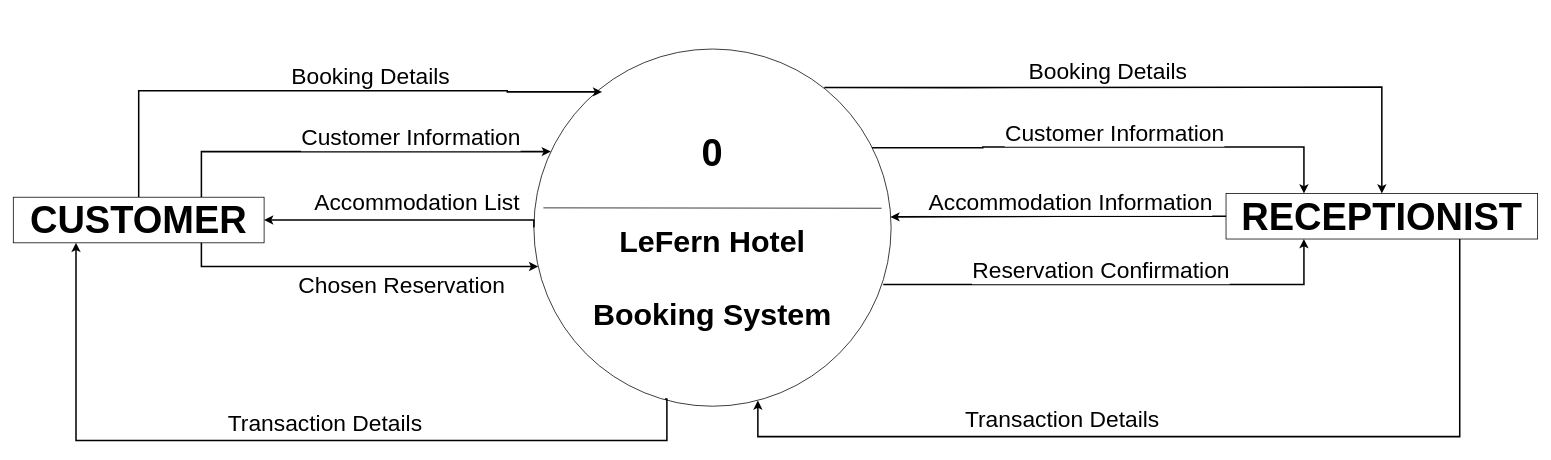
Earlier version of the draw.io diagram CC13/ContextDiagram.drawio (doyaoencab/draw.io). Source tidied: cells renumbered, new cells numbered last; positions are measured from the earlier drawing's top-left corner, leaving out a move shared by most shapes. Both pictures are drawn from the tidied source at 76%, with x=0, y=0 at pixel (13, 13).
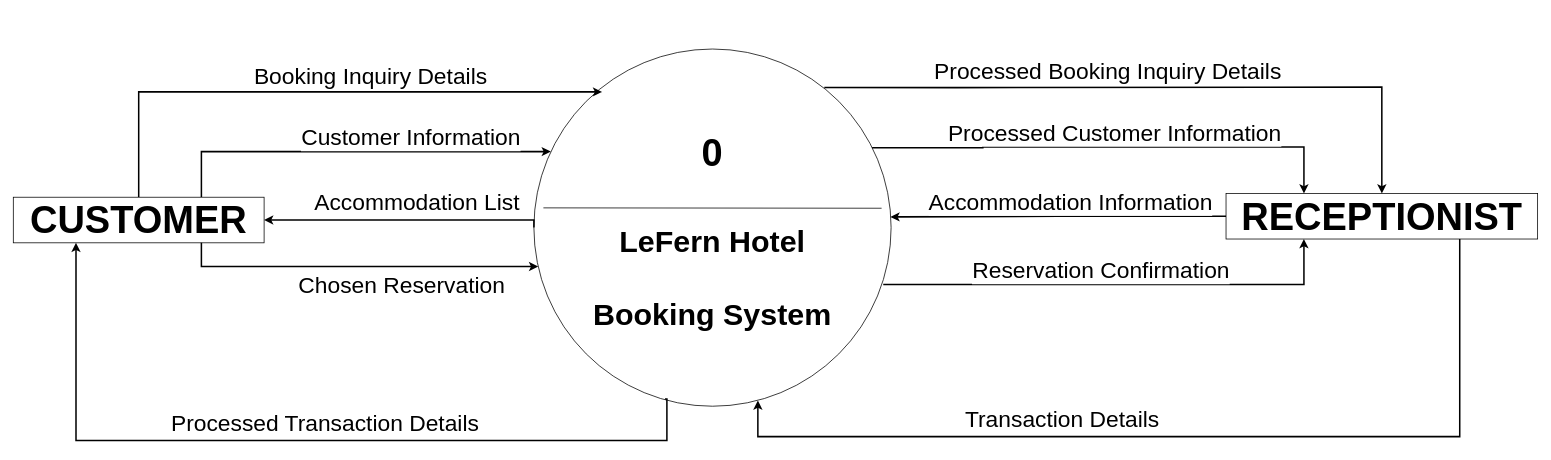
Above is the later version.

The change refers to these unchanged cells:
```xml
<mxCell id="5" style="ellipse;whiteSpace=wrap;html=1;" parent="4" vertex="1">
  <mxGeometry width="470" height="470" as="geometry" />
</mxCell>
<mxCell id="12" value="&lt;b&gt;&lt;font style=&quot;font-size: 50px;&quot;&gt;CUSTOMER&lt;/font&gt;&lt;/b&gt;" style="rounded=0;whiteSpace=wrap;html=1;" parent="1" vertex="1">
  <mxGeometry y="242" width="330" height="60" as="geometry" />
</mxCell>
<mxCell id="16" style="edgeStyle=orthogonalEdgeStyle;rounded=0;jettySize=auto;html=1;exitX=0.813;exitY=0.108;exitDx=0;exitDy=0;entryX=0.5;entryY=0;entryDx=0;entryDy=0;exitPerimeter=0;strokeWidth=2;" parent="1" edge="1" source="5" target="14">
  <mxGeometry relative="1" as="geometry">
    <Array as="points">
      <mxPoint x="1241" y="98" />
      <mxPoint x="1801" y="97" />
    </Array>
  </mxGeometry>
</mxCell>
<mxCell id="18" style="edgeStyle=orthogonalEdgeStyle;rounded=0;jettySize=auto;html=1;entryX=0.25;entryY=0;entryDx=0;entryDy=0;strokeWidth=2;" parent="1" edge="1" target="14">
  <mxGeometry relative="1" as="geometry">
    <mxPoint x="1130" y="177" as="sourcePoint" />
    <Array as="points">
      <mxPoint x="1275.7" y="176" />
      <mxPoint x="1697.7" y="177" />
    </Array>
  </mxGeometry>
</mxCell>
```

Diff of the diagram source:
```diff
@@
     <mxCell id="11" style="edgeStyle=orthogonalEdgeStyle;rounded=0;jettySize=auto;html=1;exitX=0.5;exitY=0;exitDx=0;exitDy=0;strokeWidth=2;entryX=0.191;entryY=0.12;entryDx=0;entryDy=0;entryPerimeter=0;" parent="1" edge="1" source="12" target="5">
       <mxGeometry relative="1" as="geometry">
         <Array as="points">
-          <mxPoint x="165" y="102" />
-          <mxPoint x="650" y="102" />
+          <mxPoint x="165" y="103" />
         </Array>
       </mxGeometry>
     </mxCell>
@@
-    <mxCell id="15" value="&lt;font style=&quot;font-size: 30px;&quot;&gt;Booking Details&lt;/font&gt;" style="text;html=1;align=center;verticalAlign=middle;strokeColor=none;fillColor=none;" parent="1" vertex="1">
-      <mxGeometry x="355" y="57" width="230" height="50" as="geometry" />
+    <mxCell id="15" value="&lt;font style=&quot;font-size: 30px;&quot;&gt;Booking Inquiry Details&lt;/font&gt;" style="text;html=1;align=center;verticalAlign=middle;strokeColor=none;fillColor=none;" parent="1" vertex="1">
+      <mxGeometry x="305" y="57" width="330" height="50" as="geometry" />
     </mxCell>
@@
-    <mxCell id="17" value="&lt;font&gt;Booking Details&lt;/font&gt;" style="edgeLabel;html=1;align=center;verticalAlign=middle;fontSize=30;" parent="16" vertex="1">
+    <mxCell id="17" value="&lt;font&gt;Processed Booking Inquiry Details&lt;/font&gt;" style="edgeLabel;html=1;align=center;verticalAlign=middle;fontSize=30;" parent="16" vertex="1">
       <mxGeometry x="-0.36" y="5" relative="1" as="geometry">
         <mxPoint x="92" y="-17" as="offset" />
       </mxGeometry>
     </mxCell>
@@
-    <mxCell id="19" value="&lt;font&gt;Customer Information&lt;/font&gt;" style="edgeLabel;html=1;align=center;verticalAlign=middle;fontSize=30;" parent="18" vertex="1">
+    <mxCell id="19" value="&lt;font&gt;Processed Customer Information&lt;/font&gt;" style="edgeLabel;html=1;align=center;verticalAlign=middle;fontSize=30;" parent="18" vertex="1">
       <mxGeometry x="-0.18" y="3" relative="1" as="geometry">
         <mxPoint x="61" y="-17" as="offset" />
       </mxGeometry>
     </mxCell>
@@
-    <mxCell id="29" value="&lt;font&gt;Transaction Details&lt;/font&gt;" style="text;html=1;align=center;verticalAlign=middle;strokeColor=none;fillColor=none;fontSize=30;" parent="1" vertex="1">
-      <mxGeometry x="270" y="513.6" width="280" height="50" as="geometry" />
+    <mxCell id="29" value="&lt;font&gt;Processed Transaction Details&lt;/font&gt;" style="text;html=1;align=center;verticalAlign=middle;strokeColor=none;fillColor=none;fontSize=30;" parent="1" vertex="1">
+      <mxGeometry x="195" y="513.6" width="430" height="50" as="geometry" />
     </mxCell>
```
